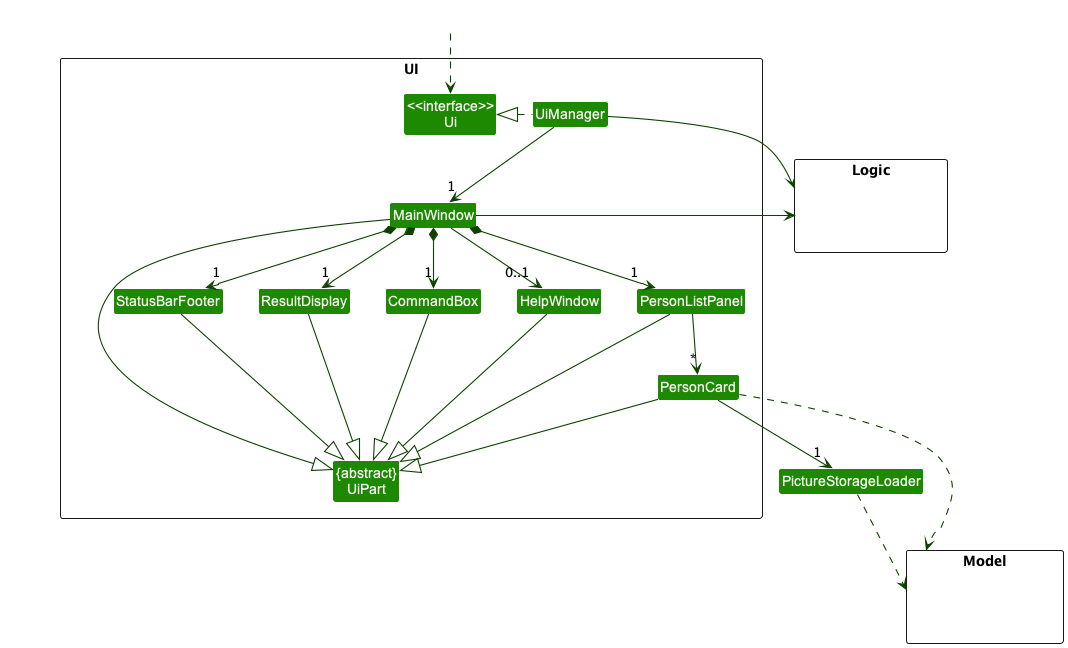
Before: docs/images/UiClassDiagram.png, a diagram exported from PlantUML (nus-cs2103-AY2223S1/tp).
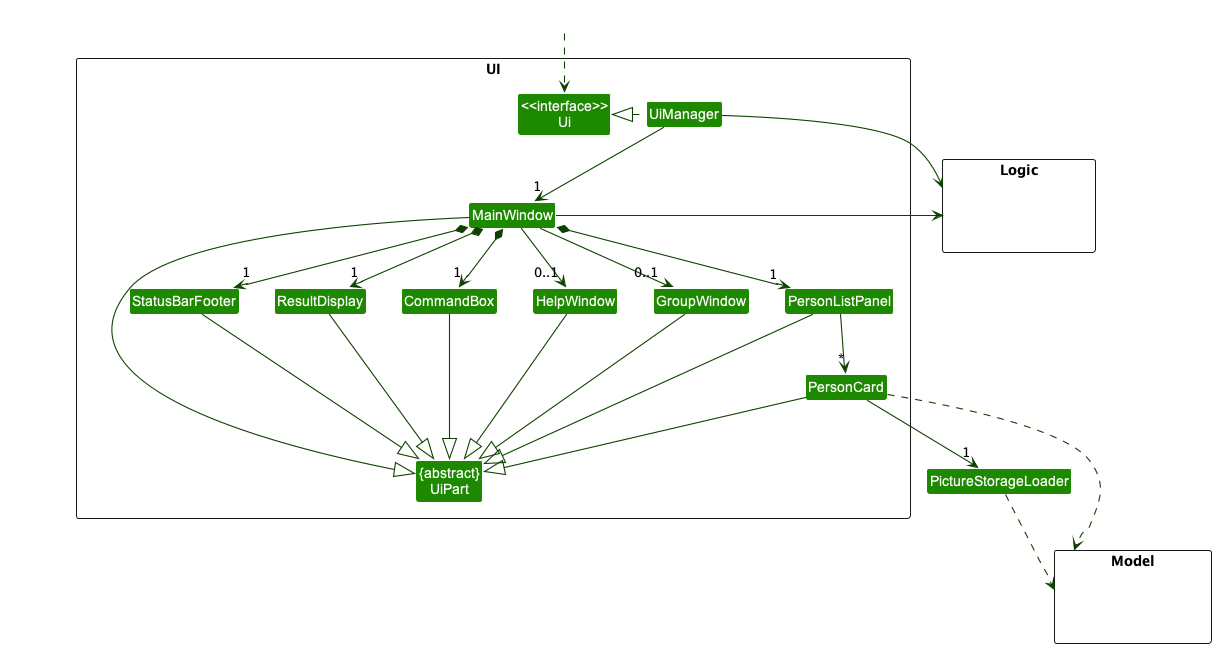
The same file after the commit.

Commit message:
Update DG with use cases and manual test examples

The edit, as a diff of the source:
```diff
@@ -15,6 +15,7 @@
 Class PersonCard
 Class StatusBarFooter
 Class CommandBox
+Class GroupWindow
 }
 
 package Model <<Rectangle>> {
@@ -35,6 +36,7 @@
 MainWindow *-down-> "1" PersonListPanel
 MainWindow *-down-> "1" StatusBarFooter
 MainWindow --> "0..1" HelpWindow
+MainWindow --> "0..1" GroupWindow
 
 PersonListPanel -down-> "*" PersonCard
 
@@ -46,6 +48,7 @@
 PersonCard --|> UiPart
 StatusBarFooter --|> UiPart
 HelpWindow --|> UiPart
+GroupWindow --|> UiPart
 
 PersonCard ..> Model
 PersonCard -down-> "1" PictureStorageLoader
@@ -53,7 +56,8 @@
 UiManager -right-> Logic
 MainWindow -left-> Logic
 
-PersonListPanel -[hidden]left- HelpWindow
+PersonListPanel -[hidden]left- GroupWindow
+GroupWindow -[hidden]left- HelpWindow
 HelpWindow -[hidden]left- CommandBox
 CommandBox -[hidden]left- ResultDisplay
 ResultDisplay -[hidden]left- StatusBarFooter
```
